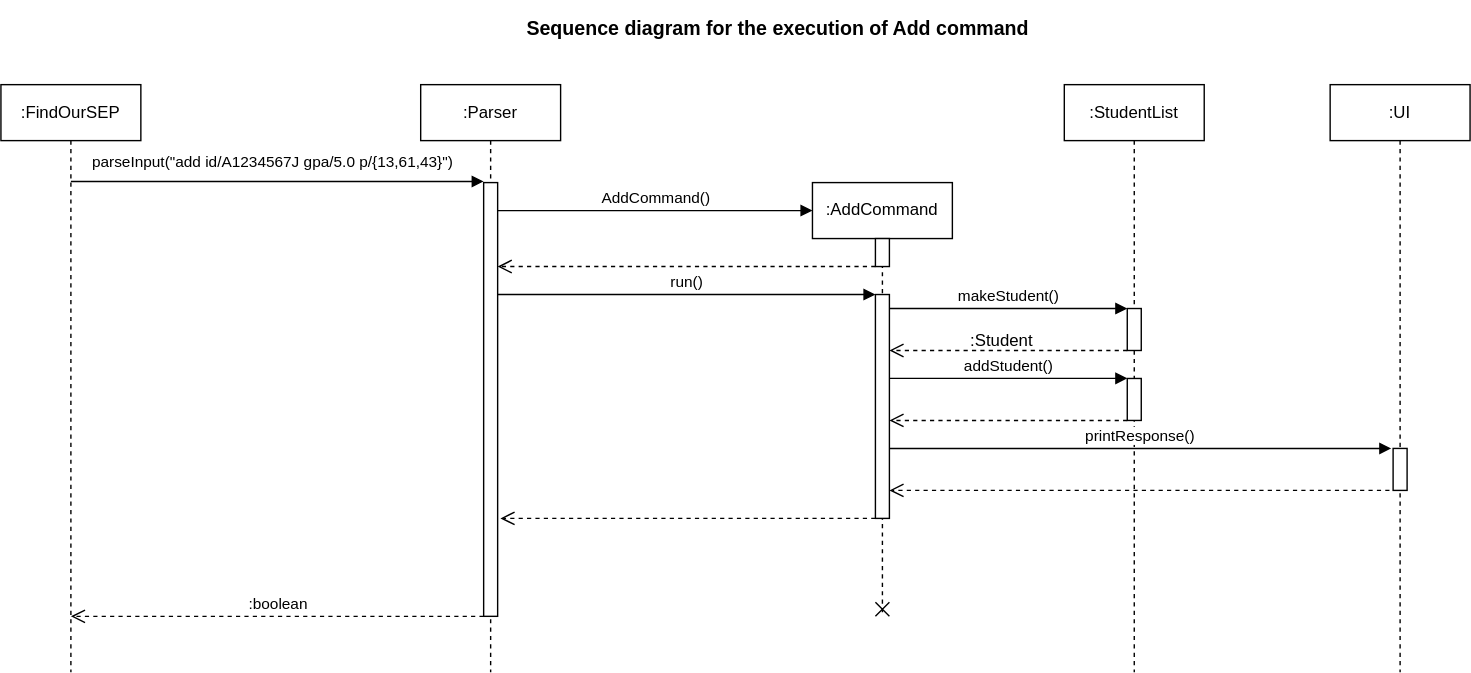
The draw.io diagram docs/UML_Diagrams/ParserSequence.drawio.svg in paulktham/tp, before a commit. Source tidied: cells renumbered, new cells last; positions are measured from the earlier drawing's top-left corner, leaving out a move shared by most shapes.
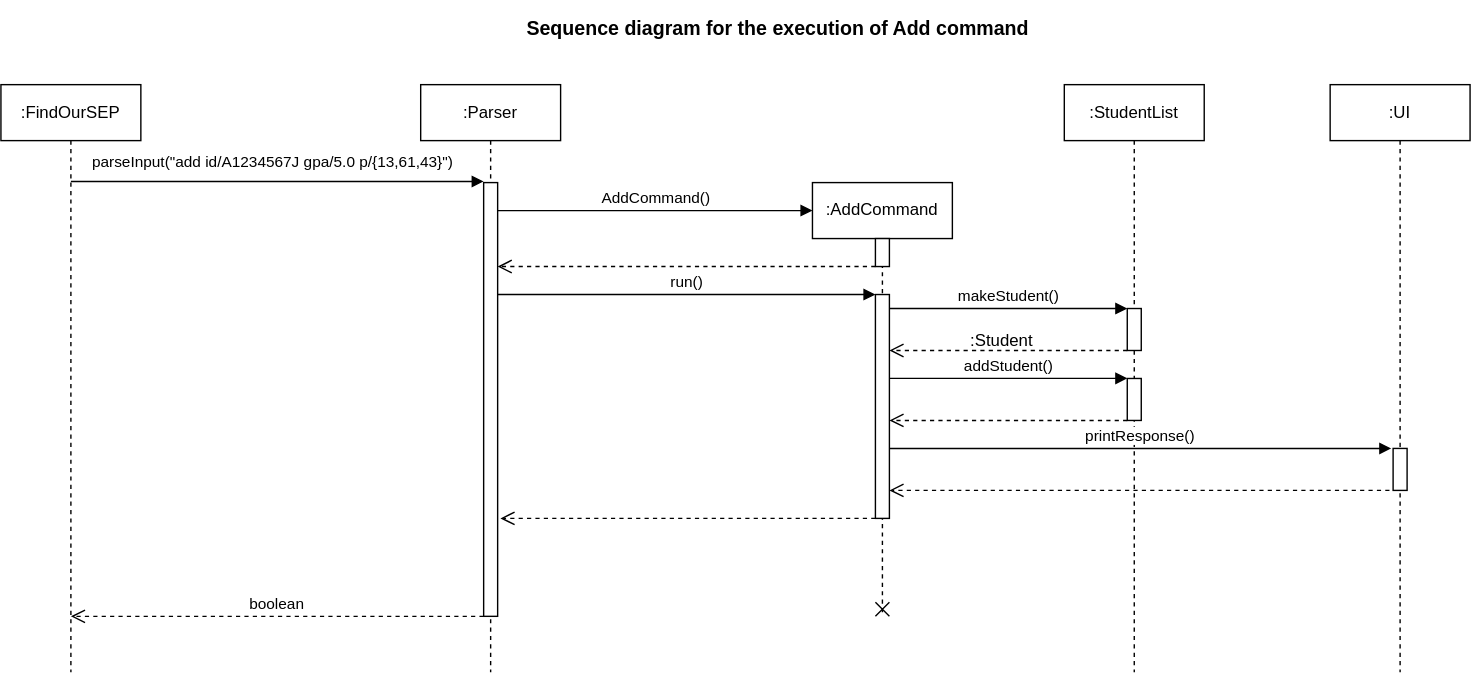
The same diagram one commit later.

Commit message:
Remove unnecessary colon from return value

Diff of the diagram source:
```diff
@@ -8,7 +8,7 @@
     <mxCell id="3" style="html=1;points=[[0,0,0,0,5],[0,1,0,0,-5],[1,0,0,0,5],[1,1,0,0,-5]];perimeter=orthogonalPerimeter;outlineConnect=0;targetShapes=umlLifeline;portConstraint=eastwest;newEdgeStyle={&quot;curved&quot;:0,&quot;rounded&quot;:0};" parent="2" vertex="1">
       <mxGeometry x="45" y="70" width="10" height="310" as="geometry" />
     </mxCell>
-    <mxCell id="4" value=":boolean" style="html=1;verticalAlign=bottom;endArrow=open;dashed=1;endSize=8;curved=0;rounded=0;exitX=0;exitY=1;exitDx=0;exitDy=-5;" parent="2" edge="1">
+    <mxCell id="4" value="boolean" style="html=1;verticalAlign=bottom;endArrow=open;dashed=1;endSize=8;curved=0;rounded=0;exitX=0;exitY=1;exitDx=0;exitDy=-5;" parent="2" edge="1">
       <mxGeometry relative="1" as="geometry">
         <mxPoint x="45" y="380" as="sourcePoint" />
         <mxPoint x="-250" y="380" as="targetPoint" />
```
